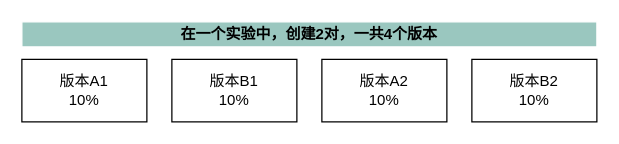
Earlier version of the draw.io diagram src/未命名绘图.drawio (larry88/spark_da). Source tidied: cells renumbered, new cells numbered last; positions are measured from the earlier drawing's top-left corner, leaving out a move shared by most shapes. Both pictures are drawn from the tidied source at 125%, with x=0, y=0 at pixel (21, 21).
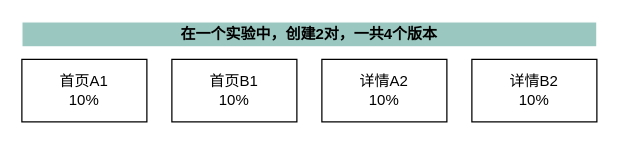
The same page after the edit.

Commit message (it also covers changes not shown here):
更新未命名绘图.drawio

The edit, as a diff of the source:
```diff
@@
 <mxGraphModel>
   <root>
     <mxCell id="0" />
     <mxCell id="1" parent="0" />
-    <mxCell id="2" value="版本A1&lt;br&gt;10%" style="rounded=0;whiteSpace=wrap;html=1;" parent="1" vertex="1">
+    <mxCell id="2" value="首页A1&lt;br&gt;10%" style="rounded=0;whiteSpace=wrap;html=1;" parent="1" vertex="1">
       <mxGeometry y="30" width="100" height="50" as="geometry" />
     </mxCell>
-    <mxCell id="3" value="版本B1&lt;br&gt;10%" style="rounded=0;whiteSpace=wrap;html=1;" parent="1" vertex="1">
+    <mxCell id="3" value="首页B1&lt;br&gt;10%" style="rounded=0;whiteSpace=wrap;html=1;" parent="1" vertex="1">
       <mxGeometry x="120" y="30" width="100" height="50" as="geometry" />
     </mxCell>
-    <mxCell id="4" value="版本A2&lt;br&gt;10%" style="rounded=0;whiteSpace=wrap;html=1;" parent="1" vertex="1">
+    <mxCell id="4" value="详情A2&lt;br&gt;10%" style="rounded=0;whiteSpace=wrap;html=1;" parent="1" vertex="1">
       <mxGeometry x="240" y="30" width="100" height="50" as="geometry" />
     </mxCell>
-    <mxCell id="5" value="版本B2&lt;br&gt;10%" style="rounded=0;whiteSpace=wrap;html=1;" parent="1" vertex="1">
+    <mxCell id="5" value="详情B2&lt;br&gt;10%" style="rounded=0;whiteSpace=wrap;html=1;" parent="1" vertex="1">
       <mxGeometry x="360" y="30" width="100" height="50" as="geometry" />
     </mxCell>
     <mxCell id="6" value="&lt;b&gt;在一个实验中，创建2对，一共4个版本&lt;/b&gt;" style="rounded=0;whiteSpace=wrap;html=1;fillColor=#9AC7BF;strokeColor=#FFFFFF;" parent="1" vertex="1">
       <mxGeometry width="460" height="20" as="geometry" />
     </mxCell>
   </root>
 </mxGraphModel>
```
